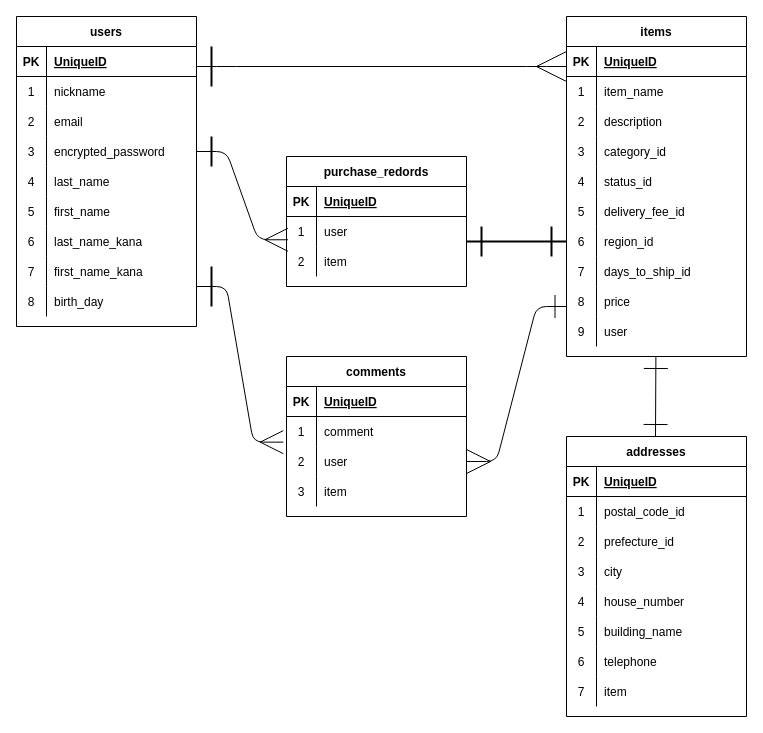
Earlier version of the draw.io diagram furima.dio (nagamori555/furima-36087). Source tidied: cells renumbered, new cells numbered last; positions are measured from the earlier drawing's top-left corner, leaving out a move shared by most shapes. Both pictures are drawn from the tidied source at 100%, with x=0, y=0 at pixel (16, 16).
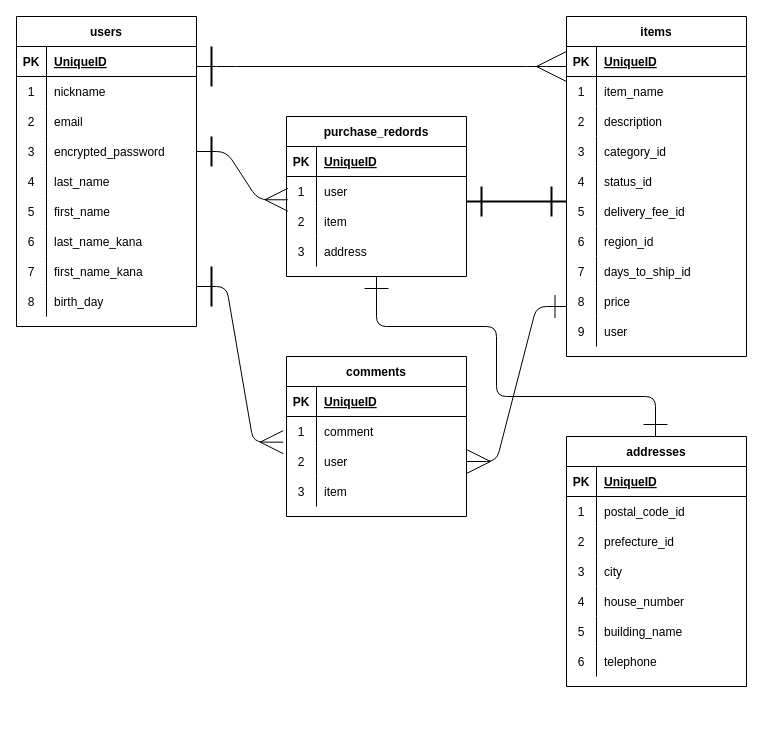
The same page after the edit.

Commit message (it also covers changes not shown here):
ReadMe、ER図の修正ー２回目

Diff of the diagram source:
```diff
@@
     <mxCell id="2" value="purchase_redords" style="shape=table;startSize=30;childLayout=tableLayout;rowLines=0;fontStyle=1;align=center;" parent="1" vertex="1">
-      <mxGeometry x="270" y="140" width="180" height="130" as="geometry" />
+      <mxGeometry x="270" y="100" width="180" height="160" as="geometry" />
     </mxCell>
@@
+    <mxCell id="120" style="shape=partialRectangle;fillColor=none;top=0;left=0;bottom=0;right=0;" parent="2" vertex="1">
+      <mxGeometry y="120" width="180" height="30" as="geometry" />
+    </mxCell>
+    <mxCell id="121" value="3" style="shape=partialRectangle;fillColor=none;top=0;left=0;bottom=0;right=0;overflow=hidden;" parent="120" vertex="1">
+      <mxGeometry width="30" height="30" as="geometry" />
+    </mxCell>
+    <mxCell id="122" value="address" style="shape=partialRectangle;fillColor=none;top=0;left=0;bottom=0;right=0;align=left;spacingLeft=6;overflow=hidden;" parent="120" vertex="1">
+      <mxGeometry x="30" width="150" height="30" as="geometry" />
+    </mxCell>
@@
     <mxCell id="71" value="addresses" style="shape=table;startSize=30;childLayout=tableLayout;rowLines=0;fontStyle=1;align=center;" parent="1" vertex="1">
-      <mxGeometry x="550" y="420" width="180" height="280" as="geometry" />
+      <mxGeometry x="550" y="420" width="180" height="250" as="geometry" />
     </mxCell>
@@
-    <mxCell id="93" style="shape=partialRectangle;fillColor=none;top=0;left=0;bottom=0;right=0;" parent="71" vertex="1">
-      <mxGeometry y="240" width="180" height="30" as="geometry" />
-    </mxCell>
-    <mxCell id="94" value="7" style="shape=partialRectangle;fillColor=none;top=0;left=0;bottom=0;right=0;overflow=hidden;" parent="93" vertex="1">
-      <mxGeometry width="30" height="30" as="geometry" />
-    </mxCell>
-    <mxCell id="95" value="item" style="shape=partialRectangle;fillColor=none;top=0;left=0;bottom=0;right=0;align=left;spacingLeft=6;overflow=hidden;" parent="93" vertex="1">
-      <mxGeometry x="30" width="150" height="30" as="geometry" />
-    </mxCell>
@@
     <mxCell id="113" style="line;strokeWidth=2;html=1;" parent="1" vertex="1">
-      <mxGeometry x="450" y="190" width="100" height="70" as="geometry" />
+      <mxGeometry x="450" y="150" width="100" height="70" as="geometry" />
     </mxCell>
     <mxCell id="114" style="line;strokeWidth=2;html=1;rotation=90;" parent="1" vertex="1">
-      <mxGeometry x="450" y="220" width="30" height="10" as="geometry" />
+      <mxGeometry x="450" y="180" width="30" height="10" as="geometry" />
     </mxCell>
     <mxCell id="115" style="line;strokeWidth=2;html=1;rotation=90;" parent="1" vertex="1">
-      <mxGeometry x="520" y="220" width="30" height="10" as="geometry" />
+      <mxGeometry x="520" y="180" width="30" height="10" as="geometry" />
     </mxCell>
@@
-    <mxCell id="119" style="fontSize=12;html=1;endArrow=ERone;elbow=vertical;startArrow=ERone;startFill=0;endFill=0;endSize=22;startSize=22;" parent="1" edge="1">
+    <mxCell id="119" style="fontSize=12;html=1;endArrow=ERone;elbow=vertical;startArrow=ERone;startFill=0;endFill=0;endSize=22;startSize=22;edgeStyle=orthogonalEdgeStyle;exitX=0.5;exitY=1;exitDx=0;exitDy=0;" parent="1" edge="1" source="2">
       <mxGeometry relative="1" as="geometry">
-        <mxPoint x="639.4" y="340" as="sourcePoint" />
         <mxPoint x="639" y="420" as="targetPoint" />
+        <Array as="points">
+          <mxPoint x="360" y="310" />
+          <mxPoint x="480" y="310" />
+          <mxPoint x="480" y="380" />
+          <mxPoint x="639" y="380" />
+        </Array>
       </mxGeometry>
     </mxCell>
```
